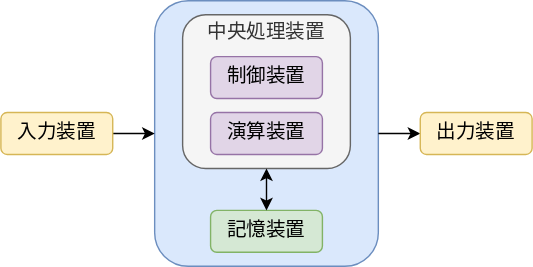
The draw.io diagram cs101/contents/intro/image/VonNeumann.svg in zi-ang-liu/jb-cs101, before a commit. Source tidied: cells renumbered, new cells last; positions are measured from the earlier drawing's top-left corner, leaving out a move shared by most shapes. Its diagram source:
```xml
<mxGraphModel>
  <root>
    <mxCell id="0" />
    <mxCell id="1" parent="0" />
    <mxCell id="2" style="group;" parent="1" vertex="1">
      <mxGeometry width="380" height="190" as="geometry" />
    </mxCell>
    <mxCell id="3" style="rounded=1;whiteSpace=wrap;html=1;fillColor=#dae8fc;strokeColor=#6c8ebf;" parent="2" vertex="1">
      <mxGeometry x="110" width="160" height="190" as="geometry" />
    </mxCell>
    <mxCell id="4" style="edgeStyle=orthogonalEdgeStyle;rounded=0;jettySize=auto;html=1;exitX=1;exitY=0.5;exitDx=0;exitDy=0;" parent="2" edge="1" source="3" target="9">
      <mxGeometry relative="1" as="geometry" />
    </mxCell>
    <mxCell id="5" value="&lt;font face=&quot;Noto Sans JP&quot;&gt;中央処理装置&lt;/font&gt;&lt;div&gt;&lt;font face=&quot;Noto Sans JP&quot;&gt;&lt;br&gt;&lt;/font&gt;&lt;/div&gt;&lt;div&gt;&lt;font face=&quot;Noto Sans JP&quot;&gt;&lt;br&gt;&lt;/font&gt;&lt;/div&gt;&lt;div&gt;&lt;br&gt;&lt;/div&gt;&lt;div&gt;&lt;br&gt;&lt;/div&gt;&lt;div&gt;&lt;br&gt;&lt;/div&gt;" style="rounded=1;whiteSpace=wrap;html=1;fontSize=14;labelPosition=center;verticalLabelPosition=middle;align=center;verticalAlign=middle;fillColor=#f5f5f5;strokeColor=#666666;fontColor=#333333;" parent="2" vertex="1">
      <mxGeometry x="130" y="10" width="120" height="110" as="geometry" />
    </mxCell>
    <mxCell id="6" value="&lt;font face=&quot;Noto Sans JP&quot;&gt;演算装置&lt;/font&gt;" style="rounded=1;whiteSpace=wrap;html=1;fontFamily=Noto Serif JP;fontSize=14;fillColor=#e1d5e7;strokeColor=#9673a6;" parent="2" vertex="1">
      <mxGeometry x="150" y="80" width="80" height="30" as="geometry" />
    </mxCell>
    <mxCell id="7" style="edgeStyle=orthogonalEdgeStyle;rounded=0;jettySize=auto;html=1;exitX=1;exitY=0.5;exitDx=0;exitDy=0;entryX=0;entryY=0.5;entryDx=0;entryDy=0;" parent="2" edge="1" source="8" target="3">
      <mxGeometry relative="1" as="geometry" />
    </mxCell>
    <mxCell id="8" value="&lt;font face=&quot;Noto Sans JP&quot;&gt;入力装置&lt;/font&gt;" style="rounded=1;whiteSpace=wrap;html=1;fontFamily=Noto Serif JP;fontSize=14;fillColor=#fff2cc;strokeColor=#d6b656;" parent="2" vertex="1">
      <mxGeometry y="80" width="80" height="30" as="geometry" />
    </mxCell>
    <mxCell id="9" value="&lt;font face=&quot;Noto Sans JP&quot;&gt;出力装置&lt;/font&gt;" style="rounded=1;whiteSpace=wrap;html=1;fontFamily=Noto Serif JP;fontSize=14;fillColor=#fff2cc;strokeColor=#d6b656;" parent="2" vertex="1">
      <mxGeometry x="300" y="80" width="80" height="30" as="geometry" />
    </mxCell>
    <mxCell id="10" value="&lt;font face=&quot;Noto Sans JP&quot;&gt;制御装置&lt;/font&gt;" style="rounded=1;whiteSpace=wrap;html=1;fontFamily=Noto Serif JP;fontSize=14;fillColor=#e1d5e7;strokeColor=#9673a6;" parent="2" vertex="1">
      <mxGeometry x="150" y="40" width="80" height="30" as="geometry" />
    </mxCell>
    <mxCell id="11" value="&lt;font face=&quot;Noto Sans JP&quot;&gt;記憶装置&lt;/font&gt;" style="rounded=1;whiteSpace=wrap;html=1;fontFamily=Noto Serif JP;fontSize=14;fillColor=#d5e8d4;strokeColor=#82b366;" parent="2" vertex="1">
      <mxGeometry x="150" y="150" width="80" height="30" as="geometry" />
    </mxCell>
    <mxCell id="12" style="endArrow=classic;startArrow=classic;html=1;rounded=0;entryX=0.5;entryY=1;entryDx=0;entryDy=0;exitX=0.5;exitY=0;exitDx=0;exitDy=0;" parent="2" edge="1" source="11" target="5">
      <mxGeometry relative="1" as="geometry" />
    </mxCell>
  </root>
</mxGraphModel>
```
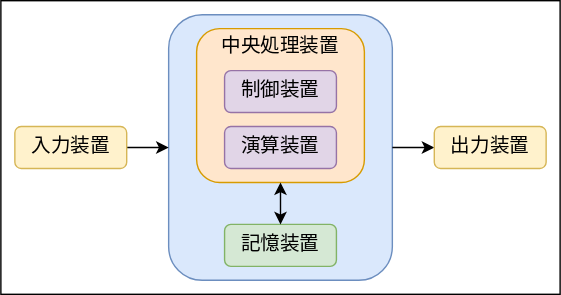
The same diagram one commit later.

Change to the diagram source:
```diff
@@ -3,37 +3,43 @@
     <mxCell id="0" />
     <mxCell id="1" parent="0" />
     <mxCell id="2" style="group;" parent="1" vertex="1">
-      <mxGeometry width="380" height="190" as="geometry" />
+      <mxGeometry width="400" height="210" as="geometry" />
     </mxCell>
-    <mxCell id="3" style="rounded=1;whiteSpace=wrap;html=1;fillColor=#dae8fc;strokeColor=#6c8ebf;" parent="2" vertex="1">
-      <mxGeometry x="110" width="160" height="190" as="geometry" />
+    <mxCell id="3" style="rounded=0;whiteSpace=wrap;html=1;" parent="2" vertex="1">
+      <mxGeometry width="400" height="210" as="geometry" />
     </mxCell>
-    <mxCell id="4" style="edgeStyle=orthogonalEdgeStyle;rounded=0;jettySize=auto;html=1;exitX=1;exitY=0.5;exitDx=0;exitDy=0;" parent="2" edge="1" source="3" target="9">
-      <mxGeometry relative="1" as="geometry" />
+    <mxCell id="4" style="group;" parent="2" vertex="1">
+      <mxGeometry x="10" y="10" width="380" height="190" as="geometry" />
     </mxCell>
-    <mxCell id="5" value="&lt;font face=&quot;Noto Sans JP&quot;&gt;中央処理装置&lt;/font&gt;&lt;div&gt;&lt;font face=&quot;Noto Sans JP&quot;&gt;&lt;br&gt;&lt;/font&gt;&lt;/div&gt;&lt;div&gt;&lt;font face=&quot;Noto Sans JP&quot;&gt;&lt;br&gt;&lt;/font&gt;&lt;/div&gt;&lt;div&gt;&lt;br&gt;&lt;/div&gt;&lt;div&gt;&lt;br&gt;&lt;/div&gt;&lt;div&gt;&lt;br&gt;&lt;/div&gt;" style="rounded=1;whiteSpace=wrap;html=1;fontSize=14;labelPosition=center;verticalLabelPosition=middle;align=center;verticalAlign=middle;fillColor=#f5f5f5;strokeColor=#666666;fontColor=#333333;" parent="2" vertex="1">
-      <mxGeometry x="130" y="10" width="120" height="110" as="geometry" />
+    <mxCell id="5" style="rounded=1;whiteSpace=wrap;html=1;fillColor=#dae8fc;strokeColor=#6c8ebf;" parent="4" vertex="1">
+      <mxGeometry x="110" width="160" height="190" as="geometry" />
     </mxCell>
-    <mxCell id="6" value="&lt;font face=&quot;Noto Sans JP&quot;&gt;演算装置&lt;/font&gt;" style="rounded=1;whiteSpace=wrap;html=1;fontFamily=Noto Serif JP;fontSize=14;fillColor=#e1d5e7;strokeColor=#9673a6;" parent="2" vertex="1">
-      <mxGeometry x="150" y="80" width="80" height="30" as="geometry" />
+    <mxCell id="6" style="edgeStyle=orthogonalEdgeStyle;rounded=0;jettySize=auto;html=1;exitX=1;exitY=0.5;exitDx=0;exitDy=0;" parent="4" edge="1" source="5" target="11">
+      <mxGeometry relative="1" as="geometry" />
     </mxCell>
-    <mxCell id="7" style="edgeStyle=orthogonalEdgeStyle;rounded=0;jettySize=auto;html=1;exitX=1;exitY=0.5;exitDx=0;exitDy=0;entryX=0;entryY=0.5;entryDx=0;entryDy=0;" parent="2" edge="1" source="8" target="3">
-      <mxGeometry relative="1" as="geometry" />
+    <mxCell id="7" value="&lt;font face=&quot;Noto Sans JP&quot;&gt;中央処理装置&lt;/font&gt;&lt;div&gt;&lt;font face=&quot;Noto Sans JP&quot;&gt;&lt;br&gt;&lt;/font&gt;&lt;/div&gt;&lt;div&gt;&lt;font face=&quot;Noto Sans JP&quot;&gt;&lt;br&gt;&lt;/font&gt;&lt;/div&gt;&lt;div&gt;&lt;br&gt;&lt;/div&gt;&lt;div&gt;&lt;br&gt;&lt;/div&gt;&lt;div&gt;&lt;br&gt;&lt;/div&gt;" style="rounded=1;whiteSpace=wrap;html=1;fontSize=14;labelPosition=center;verticalLabelPosition=middle;align=center;verticalAlign=middle;fillColor=#ffe6cc;strokeColor=#d79b00;" parent="4" vertex="1">
+      <mxGeometry x="130" y="10" width="120" height="110" as="geometry" />
     </mxCell>
-    <mxCell id="8" value="&lt;font face=&quot;Noto Sans JP&quot;&gt;入力装置&lt;/font&gt;" style="rounded=1;whiteSpace=wrap;html=1;fontFamily=Noto Serif JP;fontSize=14;fillColor=#fff2cc;strokeColor=#d6b656;" parent="2" vertex="1">
-      <mxGeometry y="80" width="80" height="30" as="geometry" />
+    <mxCell id="8" value="&lt;font face=&quot;Noto Sans JP&quot;&gt;演算装置&lt;/font&gt;" style="rounded=1;whiteSpace=wrap;html=1;fontFamily=Noto Serif JP;fontSize=14;fillColor=#e1d5e7;strokeColor=#9673a6;" parent="4" vertex="1">
+      <mxGeometry x="150" y="80" width="80" height="30" as="geometry" />
     </mxCell>
-    <mxCell id="9" value="&lt;font face=&quot;Noto Sans JP&quot;&gt;出力装置&lt;/font&gt;" style="rounded=1;whiteSpace=wrap;html=1;fontFamily=Noto Serif JP;fontSize=14;fillColor=#fff2cc;strokeColor=#d6b656;" parent="2" vertex="1">
-      <mxGeometry x="300" y="80" width="80" height="30" as="geometry" />
+    <mxCell id="9" style="edgeStyle=orthogonalEdgeStyle;rounded=0;jettySize=auto;html=1;exitX=1;exitY=0.5;exitDx=0;exitDy=0;entryX=0;entryY=0.5;entryDx=0;entryDy=0;" parent="4" edge="1" source="10" target="5">
+      <mxGeometry relative="1" as="geometry" />
     </mxCell>
-    <mxCell id="10" value="&lt;font face=&quot;Noto Sans JP&quot;&gt;制御装置&lt;/font&gt;" style="rounded=1;whiteSpace=wrap;html=1;fontFamily=Noto Serif JP;fontSize=14;fillColor=#e1d5e7;strokeColor=#9673a6;" parent="2" vertex="1">
-      <mxGeometry x="150" y="40" width="80" height="30" as="geometry" />
+    <mxCell id="10" value="&lt;font face=&quot;Noto Sans JP&quot;&gt;入力装置&lt;/font&gt;" style="rounded=1;whiteSpace=wrap;html=1;fontFamily=Noto Serif JP;fontSize=14;fillColor=#fff2cc;strokeColor=#d6b656;" parent="4" vertex="1">
+      <mxGeometry y="80" width="80" height="30" as="geometry" />
     </mxCell>
-    <mxCell id="11" value="&lt;font face=&quot;Noto Sans JP&quot;&gt;記憶装置&lt;/font&gt;" style="rounded=1;whiteSpace=wrap;html=1;fontFamily=Noto Serif JP;fontSize=14;fillColor=#d5e8d4;strokeColor=#82b366;" parent="2" vertex="1">
-      <mxGeometry x="150" y="150" width="80" height="30" as="geometry" />
+    <mxCell id="11" value="&lt;font face=&quot;Noto Sans JP&quot;&gt;出力装置&lt;/font&gt;" style="rounded=1;whiteSpace=wrap;html=1;fontFamily=Noto Serif JP;fontSize=14;fillColor=#fff2cc;strokeColor=#d6b656;" parent="4" vertex="1">
+      <mxGeometry x="300" y="80" width="80" height="30" as="geometry" />
     </mxCell>
-    <mxCell id="12" style="endArrow=classic;startArrow=classic;html=1;rounded=0;entryX=0.5;entryY=1;entryDx=0;entryDy=0;exitX=0.5;exitY=0;exitDx=0;exitDy=0;" parent="2" edge="1" source="11" target="5">
-      <mxGeometry relative="1" as="geometry" />
+    <mxCell id="12" value="&lt;font face=&quot;Noto Sans JP&quot;&gt;制御装置&lt;/font&gt;" style="rounded=1;whiteSpace=wrap;html=1;fontFamily=Noto Serif JP;fontSize=14;fillColor=#e1d5e7;strokeColor=#9673a6;" parent="4" vertex="1">
+      <mxGeometry x="150" y="40" width="80" height="30" as="geometry" />
     </mxCell>
+    <mxCell id="13" value="&lt;font face=&quot;Noto Sans JP&quot;&gt;記憶装置&lt;/font&gt;" style="rounded=1;whiteSpace=wrap;html=1;fontFamily=Noto Serif JP;fontSize=14;fillColor=#d5e8d4;strokeColor=#82b366;" parent="4" vertex="1">
+      <mxGeometry x="150" y="150" width="80" height="30" as="geometry" />
+    </mxCell>
+    <mxCell id="14" style="endArrow=classic;startArrow=classic;html=1;rounded=0;entryX=0.5;entryY=1;entryDx=0;entryDy=0;exitX=0.5;exitY=0;exitDx=0;exitDy=0;" parent="4" edge="1" source="13" target="7">
+      <mxGeometry relative="1" as="geometry" />
+    </mxCell>
   </root>
 </mxGraphModel>
```
